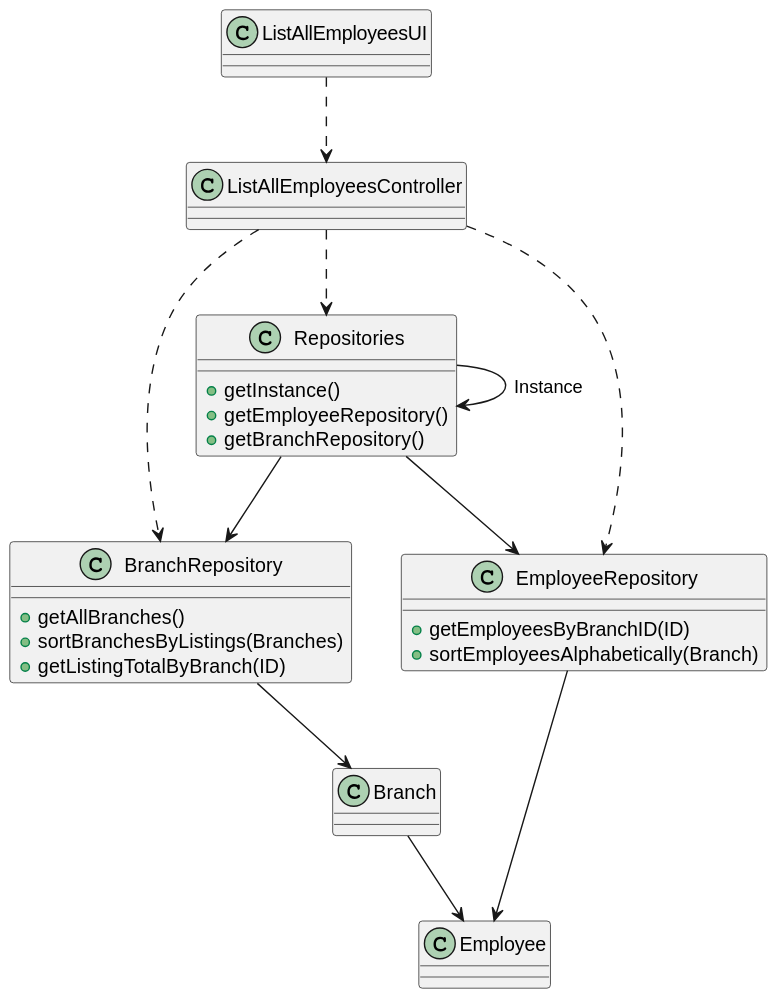
Earlier version of the PlantUML export docs/sprintD/US013/03.design/svg/US013_CD.svg (tiagohcorreia/LAPR2).
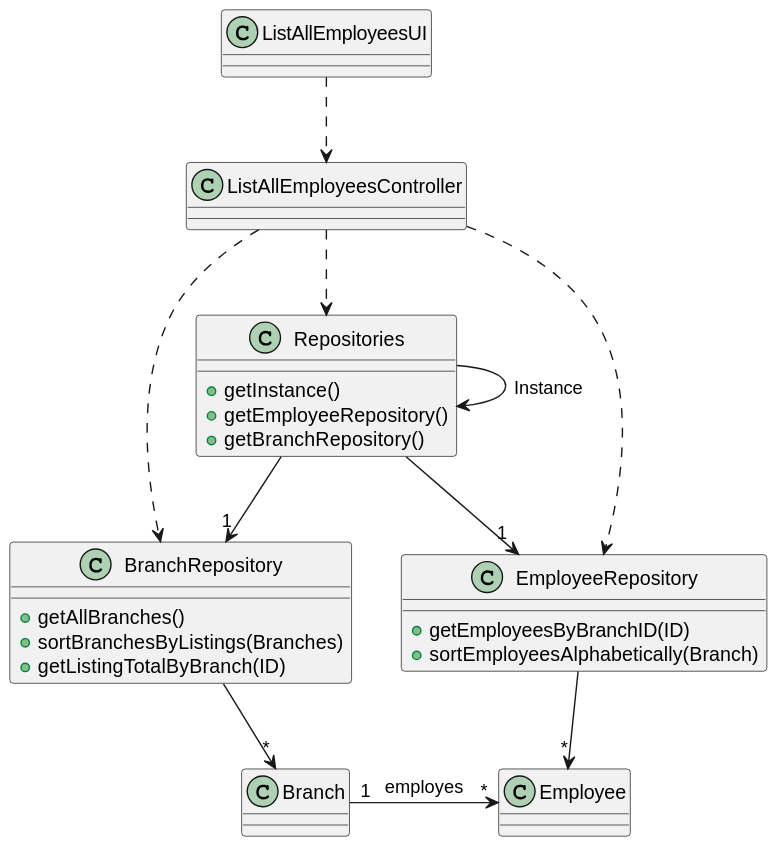
Above is the later version.

The edit, as a diff of the source:
```diff
@@ -53,16 +53,16 @@
 
 
 Repositories -> Repositories : Instance
-Repositories --> EmployeeRepository
-Repositories --> BranchRepository
+Repositories --> "1" EmployeeRepository
+Repositories --> "1" BranchRepository
 
 
 
 
-BranchRepository -down-> Branch
-EmployeeRepository -down-> Employee
+BranchRepository -down-> "*" Branch
+EmployeeRepository -down-> "*" Employee
 
-Branch --> Employee
+Branch "1" -right-> "*" Employee : employes
 
 
 @enduml
```
